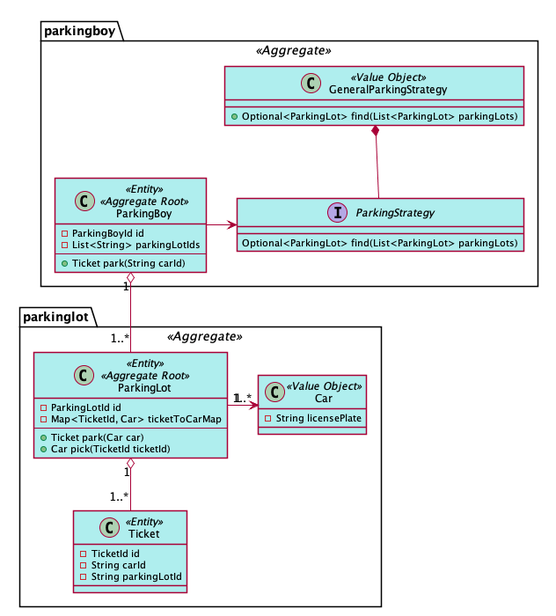
Above: uml/parkinglot.png in gitqh/parking-lot-ddd-workshop (PlantUML), before the change.
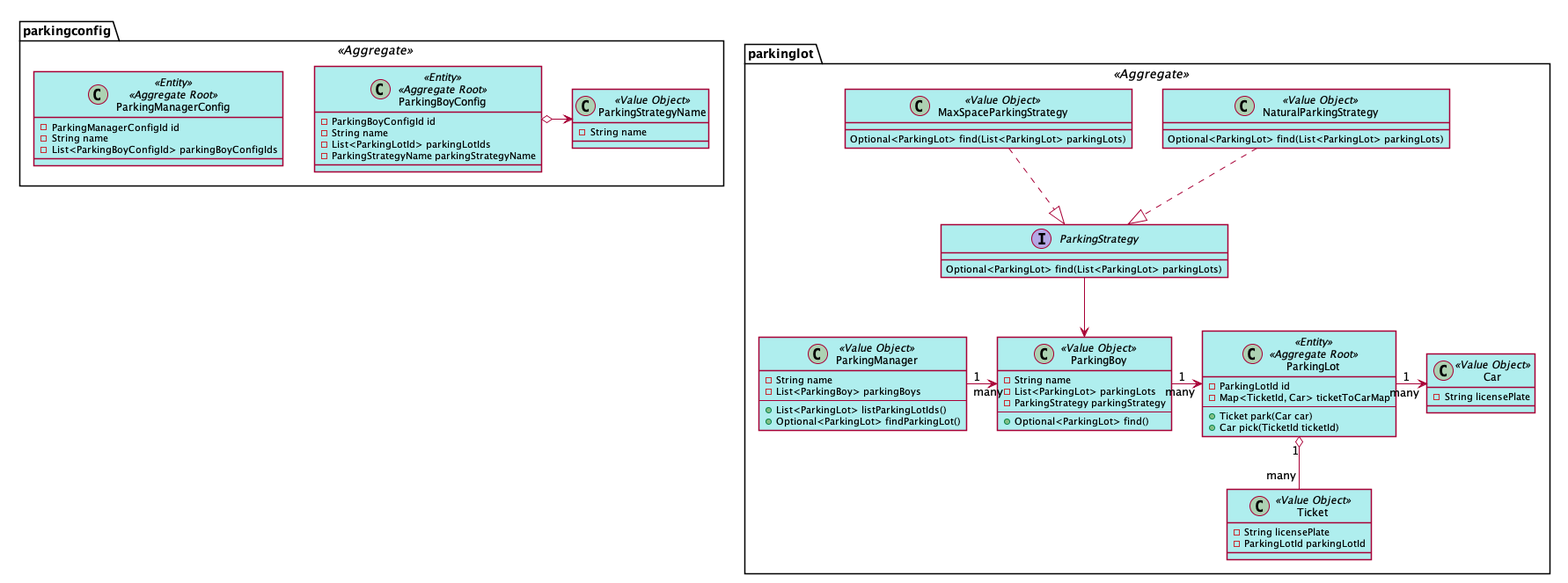
Later version of the same file.

Change to the diagram source:
```diff
@@ -5,28 +5,46 @@
     ArrowCollor SeaGreen
 }
 
-package parkingboy <<Aggregate>> {
-    class ParkingBoy <<Entity>> <<Aggregate Root>>{
-        -ParkingBoyId id
-        -List<String> parkingLotIds
-        --
-        +Ticket park(String carId)
+package parkingconfig <<Aggregate>> {
+    class ParkingBoyConfig <<Entity>> <<Aggregate Root>> {
+        -ParkingBoyConfigId id
+        -String name
+        -List<ParkingLotId> parkingLotIds
+        -ParkingStrategyName parkingStrategyName
     }
 
-    interface ParkingStrategy  {
-        Optional<ParkingLot> find(List<ParkingLot> parkingLots)
+    class ParkingManagerConfig <<Entity>> <<Aggregate Root>> {
+        -ParkingManagerConfigId id
+        -String name
+        -List<ParkingBoyConfigId> parkingBoyConfigIds
     }
 
-    class GeneralParkingStrategy <<Value Object>> {
-        +Optional<ParkingLot> find(List<ParkingLot> parkingLots)
+    class ParkingStrategyName <<Value Object>> {
+        -String name
     }
 
-    ParkingBoy -> ParkingStrategy
-    GeneralParkingStrategy *-- ParkingStrategy
+    ParkingBoyConfig o-> ParkingStrategyName
 }
 
 
 package parkinglot <<Aggregate>> {
+
+    class ParkingBoy <<Value Object>> {
+        -String name
+        -List<ParkingLot> parkingLots
+        -ParkingStrategy parkingStrategy
+        --
+        +Optional<ParkingLot> find()
+    }
+
+    class ParkingManager <<Value Object>> {
+        -String name
+        -List<ParkingBoy> parkingBoys
+        --
+        +List<ParkingLot> listParkingLotIds()
+        +Optional<ParkingLot> findParkingLot()
+    }
+
     class ParkingLot <<Entity>> <<Aggregate Root>> {
         -ParkingLotId id
         -Map<TicketId, Car> ticketToCarMap
@@ -35,20 +53,34 @@
         +Car pick(TicketId ticketId)
     }
 
-    class Ticket <<Entity>> {
-        -TicketId id
-        -String carId
-        -String parkingLotId
+    class Ticket <<Value Object>> {
+        -String licensePlate
+        -ParkingLotId parkingLotId
     }
 
     class Car <<Value Object>> {
         -String licensePlate
     }
 
-    ParkingLot "1" o-- "1..*" Ticket
-    ParkingLot "1" -> "1..*" Car
+    interface ParkingStrategy {
+        Optional<ParkingLot> find(List<ParkingLot> parkingLots)
+    }
+
+    class NaturalParkingStrategy <<Value Object>> {
+        Optional<ParkingLot> find(List<ParkingLot> parkingLots)
+    }
+
+    class MaxSpaceParkingStrategy <<Value Object>> {
+        Optional<ParkingLot> find(List<ParkingLot> parkingLots)
+    }
+
+    ParkingLot "1" o-- "many" Ticket
+    ParkingLot "1" -> "many" Car
+    ParkingManager "1" -> "many" ParkingBoy
+    ParkingBoy "1" -> "many" ParkingLot
+    NaturalParkingStrategy ..|> ParkingStrategy
+    MaxSpaceParkingStrategy ..|> ParkingStrategy
+    ParkingStrategy --> ParkingBoy
 }
 
-ParkingBoy "1" o-- "1..*" ParkingLot
-
 @enduml
```
